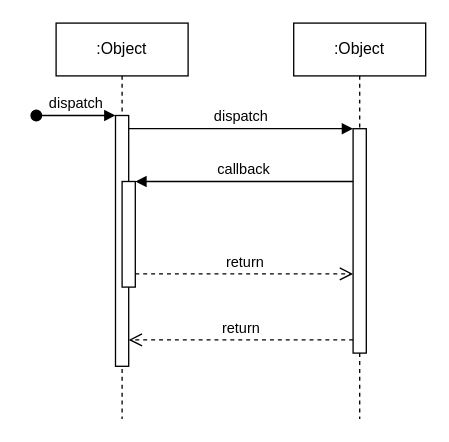
This is sequence_diagram.drawio from RobertOsvathCSUBB/datavid-cake-tracker, a draw.io file, before an edit. Source tidied: cells renumbered, new cells numbered last; positions are measured from the earlier drawing's top-left corner, leaving out a move shared by most shapes. Both pictures are drawn from the tidied source at 132%, with x=0, y=0 at pixel (36, 22).
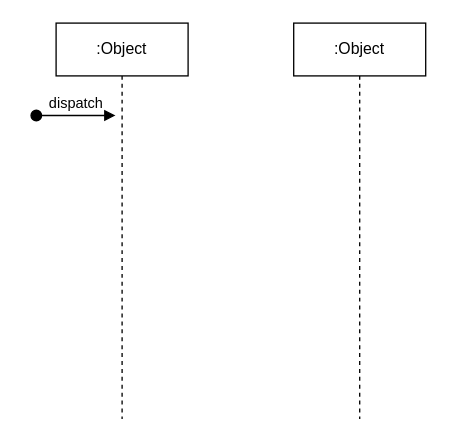
The same page after the edit.

The edit, as a diff of the source:
```diff
@@
 <mxGraphModel>
   <root>
     <mxCell id="0" />
     <mxCell id="1" parent="0" />
     <mxCell id="2" value=":Object" style="shape=umlLifeline;perimeter=lifelinePerimeter;whiteSpace=wrap;html=1;newEdgeStyle={&quot;edgeStyle&quot;:&quot;elbowEdgeStyle&quot;,&quot;elbow&quot;:&quot;vertical&quot;,&quot;curved&quot;:0,&quot;rounded&quot;:0};" parent="1" vertex="1">
       <mxGeometry x="15" width="100" height="300" as="geometry" />
     </mxCell>
-    <mxCell id="3" style="html=1;points=[];perimeter=orthogonalPerimeter;outlineConnect=0;targetShapes=umlLifeline;portConstraint=eastwest;newEdgeStyle={&quot;edgeStyle&quot;:&quot;elbowEdgeStyle&quot;,&quot;elbow&quot;:&quot;vertical&quot;,&quot;curved&quot;:0,&quot;rounded&quot;:0};" parent="2" vertex="1">
-      <mxGeometry x="45" y="70" width="10" height="190" as="geometry" />
-    </mxCell>
-    <mxCell id="4" value="dispatch" style="html=1;verticalAlign=bottom;startArrow=oval;endArrow=block;startSize=8;edgeStyle=elbowEdgeStyle;elbow=vertical;curved=0;rounded=0;" parent="2" edge="1" target="3">
+    <mxCell id="4" value="dispatch" style="html=1;verticalAlign=bottom;startArrow=oval;endArrow=block;startSize=8;edgeStyle=elbowEdgeStyle;elbow=vertical;curved=0;rounded=0;" parent="2" edge="1">
       <mxGeometry relative="1" as="geometry">
         <mxPoint x="-15" y="70" as="sourcePoint" />
+        <mxPoint x="45" y="70" as="targetPoint" />
       </mxGeometry>
     </mxCell>
-    <mxCell id="5" style="html=1;points=[];perimeter=orthogonalPerimeter;outlineConnect=0;targetShapes=umlLifeline;portConstraint=eastwest;newEdgeStyle={&quot;edgeStyle&quot;:&quot;elbowEdgeStyle&quot;,&quot;elbow&quot;:&quot;vertical&quot;,&quot;curved&quot;:0,&quot;rounded&quot;:0};" parent="2" vertex="1">
-      <mxGeometry x="50" y="120" width="10" height="80" as="geometry" />
-    </mxCell>
     <mxCell id="6" value=":Object" style="shape=umlLifeline;perimeter=lifelinePerimeter;whiteSpace=wrap;html=1;newEdgeStyle={&quot;edgeStyle&quot;:&quot;elbowEdgeStyle&quot;,&quot;elbow&quot;:&quot;vertical&quot;,&quot;curved&quot;:0,&quot;rounded&quot;:0};" parent="1" vertex="1">
       <mxGeometry x="195" width="100" height="300" as="geometry" />
     </mxCell>
-    <mxCell id="7" style="html=1;points=[];perimeter=orthogonalPerimeter;outlineConnect=0;targetShapes=umlLifeline;portConstraint=eastwest;newEdgeStyle={&quot;edgeStyle&quot;:&quot;elbowEdgeStyle&quot;,&quot;elbow&quot;:&quot;vertical&quot;,&quot;curved&quot;:0,&quot;rounded&quot;:0};" parent="6" vertex="1">
-      <mxGeometry x="45" y="80" width="10" height="170" as="geometry" />
-    </mxCell>
-    <mxCell id="8" value="dispatch" style="html=1;verticalAlign=bottom;endArrow=block;edgeStyle=elbowEdgeStyle;elbow=vertical;curved=0;rounded=0;" parent="1" edge="1" source="3" target="7">
-      <mxGeometry relative="1" as="geometry">
-        <Array as="points">
-          <mxPoint x="155" y="80" />
-        </Array>
-      </mxGeometry>
-    </mxCell>
-    <mxCell id="9" value="return" style="html=1;verticalAlign=bottom;endArrow=open;dashed=1;endSize=8;edgeStyle=elbowEdgeStyle;elbow=vertical;curved=0;rounded=0;" parent="1" edge="1" source="7" target="3">
-      <mxGeometry relative="1" as="geometry">
-        <Array as="points">
-          <mxPoint x="165" y="240" />
-        </Array>
-      </mxGeometry>
-    </mxCell>
-    <mxCell id="10" value="callback" style="html=1;verticalAlign=bottom;endArrow=block;edgeStyle=elbowEdgeStyle;elbow=vertical;curved=0;rounded=0;" parent="1" edge="1" source="7" target="5">
-      <mxGeometry relative="1" as="geometry">
-        <Array as="points">
-          <mxPoint x="165" y="120" />
-        </Array>
-      </mxGeometry>
-    </mxCell>
-    <mxCell id="11" value="return" style="html=1;verticalAlign=bottom;endArrow=open;dashed=1;endSize=8;edgeStyle=elbowEdgeStyle;elbow=vertical;curved=0;rounded=0;" parent="1" edge="1" source="5" target="7">
-      <mxGeometry relative="1" as="geometry">
-        <Array as="points">
-          <mxPoint x="155" y="190" />
-        </Array>
-      </mxGeometry>
-    </mxCell>
   </root>
 </mxGraphModel>
```
